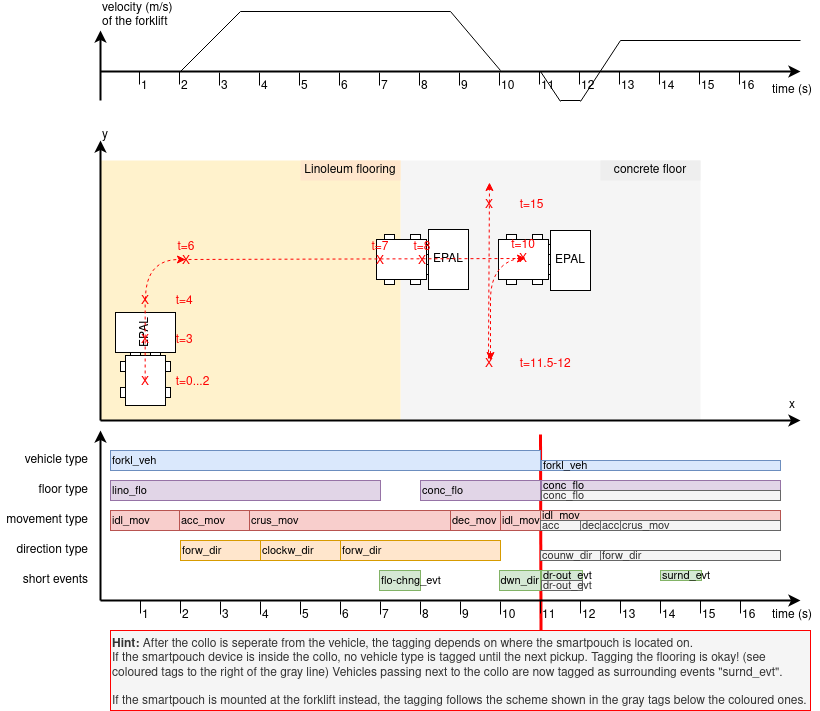
movement-recognition/pouch-dataprepper keeps this draw.io diagram as doc/annotation_scheme.drawio.png. Above is the earlier version. Source tidied: cells renumbered, new cells last; positions are measured from the earlier drawing's top-left corner, leaving out a move shared by most shapes.
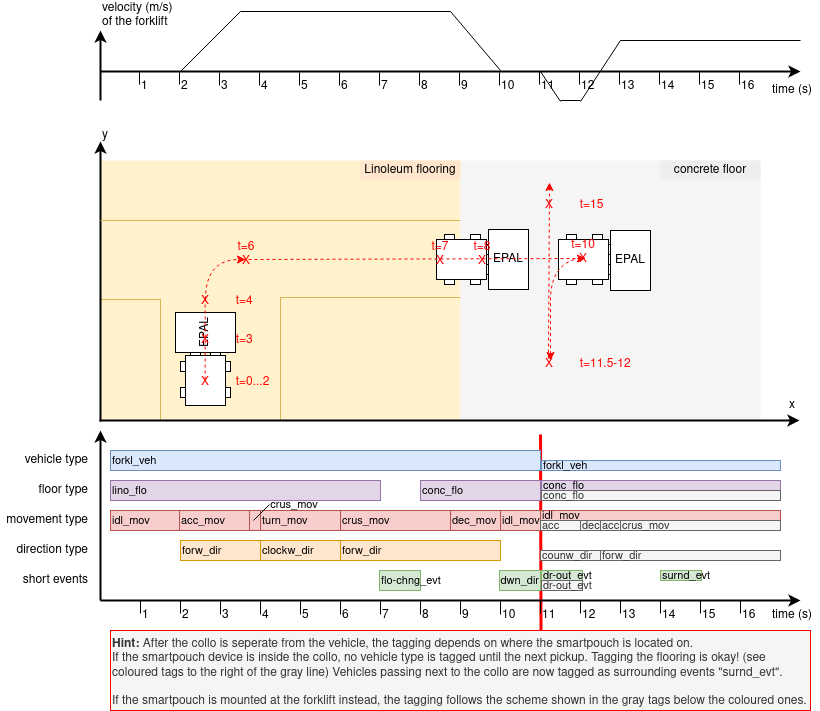
The same file after the commit.

Commit message:
updated annotation scheme: driveways, turn_mov

What changed in the source:
```diff
@@ -2,19 +2,25 @@
   <root>
     <mxCell id="0" />
     <mxCell id="1" parent="0" />
+    <mxCell id="4" style="rounded=0;whiteSpace=wrap;html=1;fillColor=#fff2cc;strokeColor=none;" parent="1" vertex="1">
+      <mxGeometry x="100" y="160" width="360" height="260" as="geometry" />
+    </mxCell>
+    <mxCell id="163" style="shape=partialRectangle;whiteSpace=wrap;html=1;bottom=0;right=0;fillColor=#fff2cc;strokeColor=#d6b656;" parent="1" vertex="1">
+      <mxGeometry x="280" y="297" width="180" height="122" as="geometry" />
+    </mxCell>
+    <mxCell id="164" style="shape=partialRectangle;whiteSpace=wrap;html=1;bottom=0;right=0;fillColor=#fff2cc;rotation=90;strokeColor=#d6b656;" parent="1" vertex="1">
+      <mxGeometry x="70" y="329" width="120" height="60" as="geometry" />
+    </mxCell>
     <mxCell id="2" style="endArrow=none;html=1;rounded=0;fillColor=#f5f5f5;strokeColor=#FF0000;strokeWidth=3;exitX=0.615;exitY=-0.002;exitDx=0;exitDy=0;exitPerimeter=0;" parent="1" edge="1" source="143">
       <mxGeometry relative="1" as="geometry">
         <mxPoint x="540" y="434" as="targetPoint" />
       </mxGeometry>
     </mxCell>
     <mxCell id="3" style="rounded=0;whiteSpace=wrap;html=1;fillColor=#f5f5f5;strokeColor=none;fontColor=#333333;" parent="1" vertex="1">
-      <mxGeometry x="400" y="160" width="300" height="260" as="geometry" />
+      <mxGeometry x="460" y="160" width="300" height="260" as="geometry" />
     </mxCell>
-    <mxCell id="4" style="rounded=0;whiteSpace=wrap;html=1;fillColor=#fff2cc;strokeColor=none;" parent="1" vertex="1">
-      <mxGeometry x="100" y="160" width="300" height="260" as="geometry" />
-    </mxCell>
     <mxCell id="5" style="group;rotation=90;" parent="1" vertex="1">
-      <mxGeometry x="348" y="261" width="135" height="80" as="geometry" />
+      <mxGeometry x="408" y="261" width="135" height="80" as="geometry" />
     </mxCell>
     <mxCell id="6" style="rounded=0;whiteSpace=wrap;html=1;rotation=90;" parent="5" vertex="1">
       <mxGeometry x="62" y="13" width="10" height="10" as="geometry" />
@@ -78,18 +84,18 @@
     </mxCell>
     <mxCell id="21" style="endArrow=classic;html=1;rounded=0;strokeWidth=2;" parent="1" edge="1">
       <mxGeometry relative="1" as="geometry">
-        <mxPoint x="100" y="420" as="sourcePoint" />
-        <mxPoint x="800" y="420" as="targetPoint" />
+        <mxPoint x="99" y="420" as="sourcePoint" />
+        <mxPoint x="799" y="420" as="targetPoint" />
       </mxGeometry>
     </mxCell>
     <mxCell id="22" style="endArrow=classic;html=1;rounded=0;strokeWidth=2;" parent="1" edge="1">
       <mxGeometry relative="1" as="geometry">
-        <mxPoint x="100" y="420" as="sourcePoint" />
-        <mxPoint x="100" y="140" as="targetPoint" />
+        <mxPoint x="100" y="421" as="sourcePoint" />
+        <mxPoint x="100" y="141" as="targetPoint" />
       </mxGeometry>
     </mxCell>
     <mxCell id="23" style="group;rotation=0;" parent="1" vertex="1">
-      <mxGeometry x="120" y="325" width="135" height="80" as="geometry" />
+      <mxGeometry x="180" y="325" width="135" height="80" as="geometry" />
     </mxCell>
     <mxCell id="24" style="rounded=0;whiteSpace=wrap;html=1;rotation=0;" parent="23" vertex="1">
       <mxGeometry x="40" y="36" width="10" height="10" as="geometry" />
@@ -134,10 +140,10 @@
       <mxGeometry x="110" y="450" width="430" height="20" as="geometry" />
     </mxCell>
     <mxCell id="37" value="Linoleum flooring" style="text;html=1;align=center;verticalAlign=middle;whiteSpace=wrap;rounded=0;fillColor=#ffe6cc;strokeColor=none;" parent="1" vertex="1">
-      <mxGeometry x="300" y="160" width="100" height="20" as="geometry" />
+      <mxGeometry x="360" y="160" width="100" height="20" as="geometry" />
     </mxCell>
     <mxCell id="38" value="concrete floor" style="text;html=1;align=center;verticalAlign=middle;whiteSpace=wrap;rounded=0;fillColor=#eeeeee;strokeColor=none;" parent="1" vertex="1">
-      <mxGeometry x="600" y="160" width="100" height="20" as="geometry" />
+      <mxGeometry x="660" y="160" width="100" height="20" as="geometry" />
     </mxCell>
     <mxCell id="39" value="&lt;div&gt;time (s)&lt;br&gt;&lt;/div&gt;" style="text;html=1;align=left;verticalAlign=middle;whiteSpace=wrap;rounded=0;" parent="1" vertex="1">
       <mxGeometry x="770" y="606" width="50" height="18" as="geometry" />
@@ -466,8 +472,8 @@
     <mxCell id="114" value="acc_mov" style="rounded=0;whiteSpace=wrap;html=1;fontFamily=Helvetica;align=left;fillColor=#f8cecc;strokeColor=#b85450;fontSize=11;" parent="1" vertex="1">
       <mxGeometry x="179" y="510" width="70" height="20" as="geometry" />
     </mxCell>
-    <mxCell id="115" value="crus_mov" style="rounded=0;whiteSpace=wrap;html=1;fontFamily=Helvetica;align=left;fillColor=#f8cecc;strokeColor=#b85450;fontSize=11;" parent="1" vertex="1">
-      <mxGeometry x="249" y="510" width="201" height="20" as="geometry" />
+    <mxCell id="115" value="&lt;div&gt;&lt;br&gt;&lt;/div&gt;" style="rounded=0;whiteSpace=wrap;html=1;fontFamily=Helvetica;align=left;fillColor=#f8cecc;strokeColor=#b85450;fontSize=11;" parent="1" vertex="1">
+      <mxGeometry x="249" y="510" width="11" height="20" as="geometry" />
     </mxCell>
     <mxCell id="116" value="dec_mov" style="rounded=0;whiteSpace=wrap;html=1;fontFamily=Helvetica;align=left;fillColor=#f8cecc;strokeColor=#b85450;fontSize=11;" parent="1" vertex="1">
       <mxGeometry x="450" y="510" width="50" height="20" as="geometry" />
@@ -486,27 +492,27 @@
     </mxCell>
     <mxCell id="120" style="endArrow=none;html=1;rounded=0;fillColor=#f8cecc;strokeColor=#FF0000;dashed=1;startArrow=none;startFill=0;endSize=7;targetPerimeterSpacing=0;sourcePerimeterSpacing=-1;endFill=0;" parent="1" edge="1">
       <mxGeometry relative="1" as="geometry">
-        <mxPoint x="144.7" y="379" as="sourcePoint" />
-        <mxPoint x="144.7" y="299" as="targetPoint" />
+        <mxPoint x="204.7" y="379" as="sourcePoint" />
+        <mxPoint x="204.7" y="299" as="targetPoint" />
       </mxGeometry>
     </mxCell>
     <mxCell id="121" value="X &amp;nbsp; &amp;nbsp; &amp;nbsp;&amp;nbsp; t=4" style="text;html=1;align=left;verticalAlign=middle;whiteSpace=wrap;rounded=0;fontColor=#FF0000;" parent="1" vertex="1">
-      <mxGeometry x="139" y="286" width="100" height="30" as="geometry" />
+      <mxGeometry x="199" y="286" width="100" height="30" as="geometry" />
     </mxCell>
     <mxCell id="122" value="X &amp;nbsp; &amp;nbsp; &amp;nbsp;&amp;nbsp; t=3" style="text;html=1;align=left;verticalAlign=middle;whiteSpace=wrap;rounded=0;fontColor=#FF0000;" parent="1" vertex="1">
-      <mxGeometry x="139" y="325" width="100" height="30" as="geometry" />
+      <mxGeometry x="199" y="325" width="100" height="30" as="geometry" />
     </mxCell>
     <mxCell id="123" style="curved=1;endArrow=classic;html=1;rounded=0;dashed=1;strokeColor=#FF0000;endFill=1;" parent="1" edge="1">
       <mxGeometry relative="1" as="geometry">
-        <mxPoint x="145" y="299" as="sourcePoint" />
-        <mxPoint x="185" y="259" as="targetPoint" />
+        <mxPoint x="205" y="299" as="sourcePoint" />
+        <mxPoint x="245" y="259" as="targetPoint" />
         <Array as="points">
-          <mxPoint x="145" y="259" />
+          <mxPoint x="205" y="259" />
         </Array>
       </mxGeometry>
     </mxCell>
     <mxCell id="124" value="&lt;div&gt; t=6&lt;/div&gt;&lt;div&gt;X&lt;/div&gt;" style="text;html=1;align=center;verticalAlign=middle;whiteSpace=wrap;rounded=0;fontColor=#FF0000;" parent="1" vertex="1">
-      <mxGeometry x="176" y="239" width="20" height="30" as="geometry" />
+      <mxGeometry x="236" y="239" width="20" height="30" as="geometry" />
     </mxCell>
     <mxCell id="125" value="clockw_dir" style="rounded=0;whiteSpace=wrap;html=1;fontFamily=Helvetica;align=left;fillColor=#ffe6cc;strokeColor=#d79b00;fontSize=11;" parent="1" vertex="1">
       <mxGeometry x="260" y="540" width="80" height="20" as="geometry" />
@@ -530,13 +536,13 @@
       </mxGeometry>
     </mxCell>
     <mxCell id="129" value="&lt;div&gt;t=7&lt;/div&gt;&lt;div&gt;X&lt;br&gt;&lt;/div&gt;" style="text;html=1;align=center;verticalAlign=middle;whiteSpace=wrap;rounded=0;fontColor=#FF0000;" parent="1" vertex="1">
-      <mxGeometry x="370" y="239" width="20" height="30" as="geometry" />
+      <mxGeometry x="430" y="239" width="20" height="30" as="geometry" />
     </mxCell>
     <mxCell id="130" value="&lt;div&gt;t=8&lt;/div&gt;&lt;div&gt;X&lt;br&gt;&lt;/div&gt;" style="text;html=1;align=center;verticalAlign=middle;whiteSpace=wrap;rounded=0;fontColor=#FF0000;" parent="1" vertex="1">
-      <mxGeometry x="412" y="239" width="20" height="30" as="geometry" />
+      <mxGeometry x="472" y="239" width="20" height="30" as="geometry" />
     </mxCell>
     <mxCell id="131" style="group;rotation=90;" parent="1" vertex="1">
-      <mxGeometry x="470" y="261" width="135" height="80" as="geometry" />
+      <mxGeometry x="530" y="261" width="135" height="80" as="geometry" />
     </mxCell>
     <mxCell id="132" style="rounded=0;whiteSpace=wrap;html=1;rotation=90;" parent="131" vertex="1">
       <mxGeometry x="62" y="13" width="10" height="10" as="geometry" />
@@ -569,10 +575,10 @@
       </mxGeometry>
     </mxCell>
     <mxCell id="140" value="EPAL" style="rounded=0;whiteSpace=wrap;html=1;" parent="1" vertex="1">
-      <mxGeometry x="550" y="230" width="40" height="60" as="geometry" />
+      <mxGeometry x="610" y="230" width="40" height="60" as="geometry" />
     </mxCell>
     <mxCell id="141" value="&lt;div&gt;t=10&lt;/div&gt;&lt;div&gt;X&lt;br&gt;&lt;/div&gt;" style="text;html=1;align=center;verticalAlign=middle;whiteSpace=wrap;rounded=0;fontColor=#FF0000;" parent="1" vertex="1">
-      <mxGeometry x="513" y="237" width="20" height="30" as="geometry" />
+      <mxGeometry x="573" y="237" width="20" height="30" as="geometry" />
     </mxCell>
     <mxCell id="142" value="dwn_dir" style="rounded=0;html=1;fontFamily=Helvetica;align=right;fillColor=#d5e8d4;strokeColor=#82b366;fontSize=11;" parent="1" vertex="1">
       <mxGeometry x="499" y="570" width="41" height="20" as="geometry" />
@@ -582,30 +588,30 @@
     </mxCell>
     <mxCell id="144" style="endArrow=classic;dashed=1;html=1;rounded=0;fontColor=#FF0000;strokeColor=#FF0000;endFill=1;" parent="1" edge="1">
       <mxGeometry relative="1" as="geometry">
-        <mxPoint x="182" y="259" as="sourcePoint" />
-        <mxPoint x="525" y="258" as="targetPoint" />
+        <mxPoint x="242" y="259" as="sourcePoint" />
+        <mxPoint x="585" y="258" as="targetPoint" />
       </mxGeometry>
     </mxCell>
     <mxCell id="145" style="endArrow=none;dashed=1;html=1;rounded=0;strokeColor=#FF0000;startArrow=classic;startFill=1;" parent="1" edge="1">
       <mxGeometry relative="1" as="geometry">
-        <mxPoint x="490" y="360" as="sourcePoint" />
-        <mxPoint x="490" y="300" as="targetPoint" />
+        <mxPoint x="550" y="360" as="sourcePoint" />
+        <mxPoint x="550" y="300" as="targetPoint" />
         <Array as="points">
-          <mxPoint x="490" y="330" />
+          <mxPoint x="550" y="330" />
         </Array>
       </mxGeometry>
     </mxCell>
     <mxCell id="146" value="X &amp;nbsp; &amp;nbsp; &amp;nbsp;&amp;nbsp; t=11.5-12" style="text;html=1;align=left;verticalAlign=middle;whiteSpace=wrap;rounded=0;fontColor=#FF0000;" parent="1" vertex="1">
-      <mxGeometry x="483" y="349" width="100" height="30" as="geometry" />
+      <mxGeometry x="543" y="349" width="100" height="30" as="geometry" />
     </mxCell>
     <mxCell id="147" style="endArrow=classic;dashed=1;html=1;rounded=0;endFill=1;strokeColor=#FF0000;" parent="1" edge="1">
       <mxGeometry relative="1" as="geometry">
-        <mxPoint x="488" y="358" as="sourcePoint" />
-        <mxPoint x="489" y="182" as="targetPoint" />
+        <mxPoint x="548" y="358" as="sourcePoint" />
+        <mxPoint x="549" y="182" as="targetPoint" />
       </mxGeometry>
     </mxCell>
     <mxCell id="148" value="X &amp;nbsp; &amp;nbsp; &amp;nbsp;&amp;nbsp; t=15" style="text;html=1;align=left;verticalAlign=middle;whiteSpace=wrap;rounded=0;fontColor=#FF0000;" parent="1" vertex="1">
-      <mxGeometry x="483" y="190" width="100" height="30" as="geometry" />
+      <mxGeometry x="543" y="190" width="100" height="30" as="geometry" />
     </mxCell>
     <mxCell id="149" value="idl_mov" style="rounded=0;whiteSpace=wrap;html=1;fontFamily=Helvetica;align=left;fillColor=#f8cecc;strokeColor=#b85450;fontSize=11;" parent="1" vertex="1">
       <mxGeometry x="540" y="510" width="240" height="10" as="geometry" />
@@ -649,5 +655,26 @@
     <mxCell id="162" value="dr-out_evt" style="rounded=0;html=1;fontFamily=Helvetica;align=left;fillColor=#f5f5f5;strokeColor=#666666;fontSize=11;fontColor=#333333;" parent="1" vertex="1">
       <mxGeometry x="541" y="580" width="41" height="10" as="geometry" />
     </mxCell>
+    <mxCell id="165" style="endArrow=none;html=1;rounded=0;fillColor=#fff2cc;strokeColor=#d6b656;" parent="1" edge="1">
+      <mxGeometry relative="1" as="geometry">
+        <mxPoint x="100" y="220" as="sourcePoint" />
+        <mxPoint x="460" y="220" as="targetPoint" />
+      </mxGeometry>
+    </mxCell>
+    <mxCell id="166" value="crus_mov" style="rounded=0;whiteSpace=wrap;html=1;fontFamily=Helvetica;align=left;fillColor=#f8cecc;strokeColor=#b85450;fontSize=11;" parent="1" vertex="1">
+      <mxGeometry x="340" y="510" width="110" height="20" as="geometry" />
+    </mxCell>
+    <mxCell id="167" value="turn_mov" style="rounded=0;whiteSpace=wrap;html=1;fontFamily=Helvetica;align=left;fillColor=#f8cecc;strokeColor=#b85450;fontSize=11;" parent="1" vertex="1">
+      <mxGeometry x="260" y="510" width="80" height="20" as="geometry" />
+    </mxCell>
+    <mxCell id="168" style="endArrow=none;html=1;rounded=0;" parent="1" edge="1">
+      <mxGeometry relative="1" as="geometry">
+        <mxPoint x="253" y="520" as="sourcePoint" />
+        <mxPoint x="269" y="504" as="targetPoint" />
+      </mxGeometry>
+    </mxCell>
+    <mxCell id="169" value="crus_mov" style="text;html=1;align=center;verticalAlign=middle;whiteSpace=wrap;rounded=0;fontSize=11;" parent="1" vertex="1">
+      <mxGeometry x="264" y="489" width="60" height="30" as="geometry" />
+    </mxCell>
   </root>
 </mxGraphModel>
```
